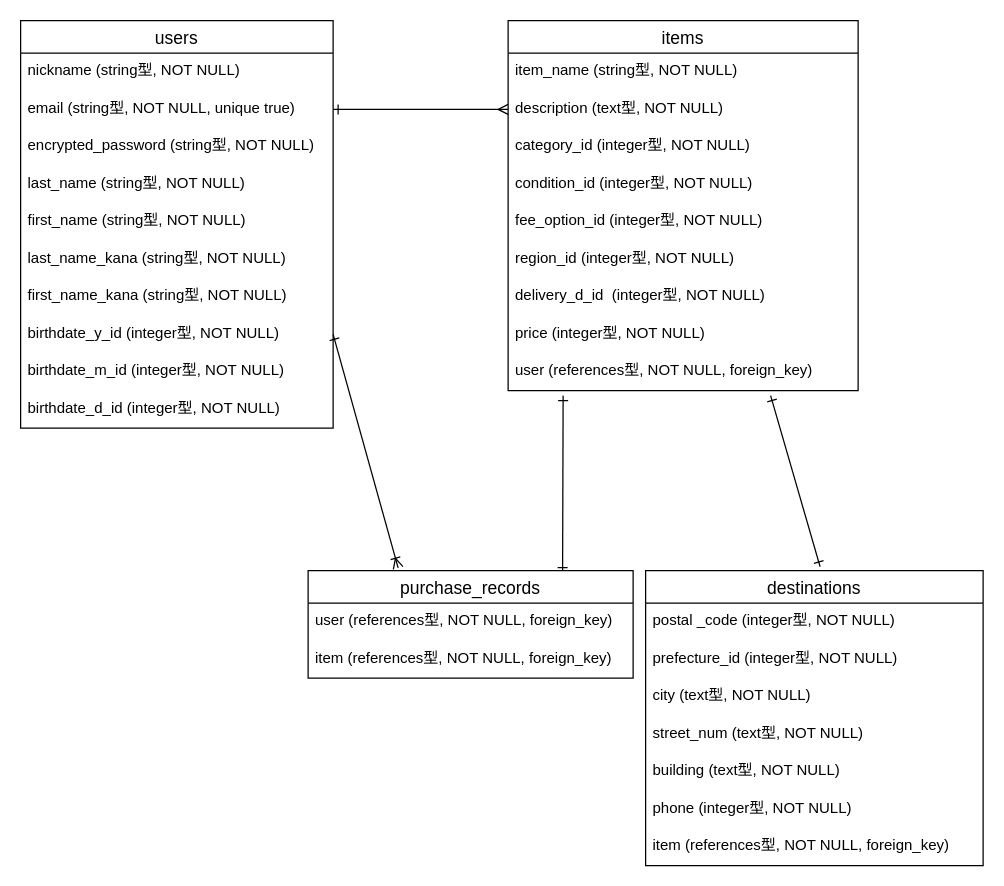
Earlier version of the draw.io diagram furima-39636.dio (odiodi0923/furima-39636). Source tidied: cells renumbered, new cells numbered last; positions are measured from the earlier drawing's top-left corner, leaving out a move shared by most shapes. Both pictures are drawn from the tidied source at 125%, with x=0, y=0 at pixel (20, 20).
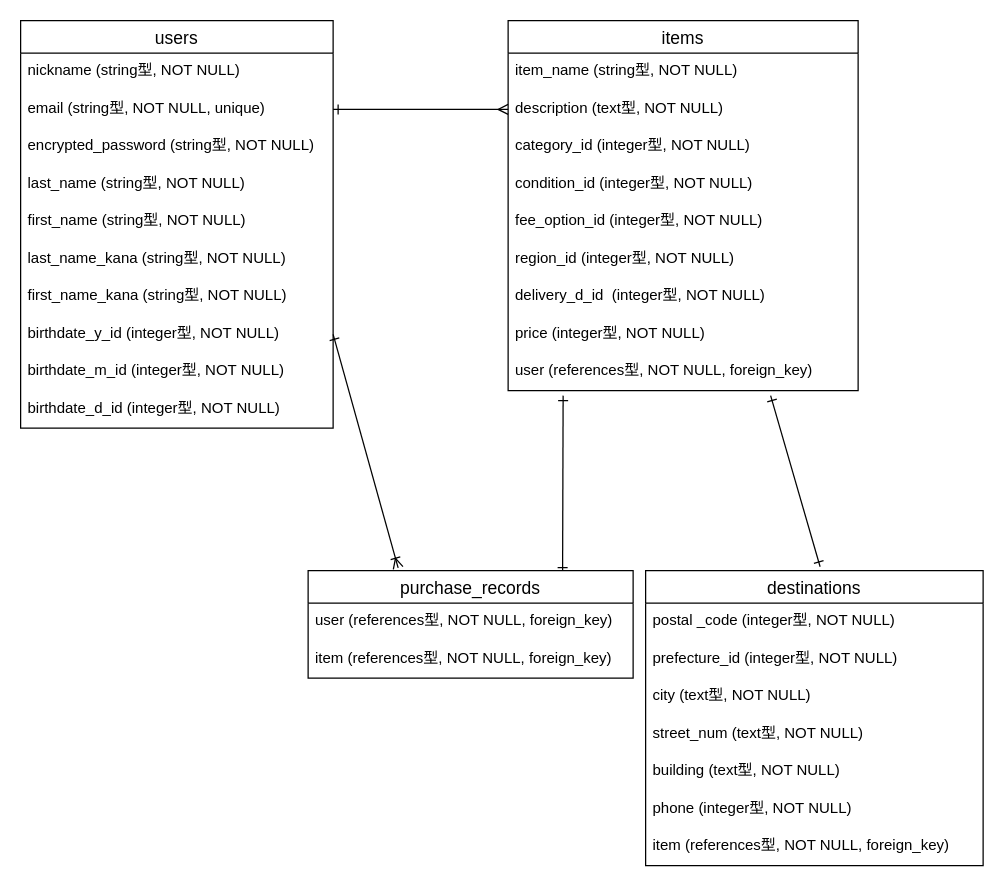
After the change.

Commit message:
データベース設計

The change refers to these unchanged cells:
```xml
<mxCell id="2" value="users" style="swimlane;fontStyle=0;horizontal=1;startSize=26;align=center;fontSize=14;" parent="1" vertex="1">
  <mxGeometry width="250" height="326" as="geometry" />
</mxCell>
```

What changed in the source:
```diff
@@
-    <mxCell id="4" value="email (string型, NOT NULL, unique true)" style="text;strokeColor=none;fillColor=none;spacingLeft=4;spacingRight=4;overflow=hidden;points=[[0,0.5],[1,0.5]];portConstraint=eastwest;fontSize=12;" parent="2" vertex="1">
+    <mxCell id="4" value="email (string型, NOT NULL, unique)" style="text;strokeColor=none;fillColor=none;spacingLeft=4;spacingRight=4;overflow=hidden;points=[[0,0.5],[1,0.5]];portConstraint=eastwest;fontSize=12;" parent="2" vertex="1">
       <mxGeometry y="56" width="250" height="30" as="geometry" />
     </mxCell>
```
